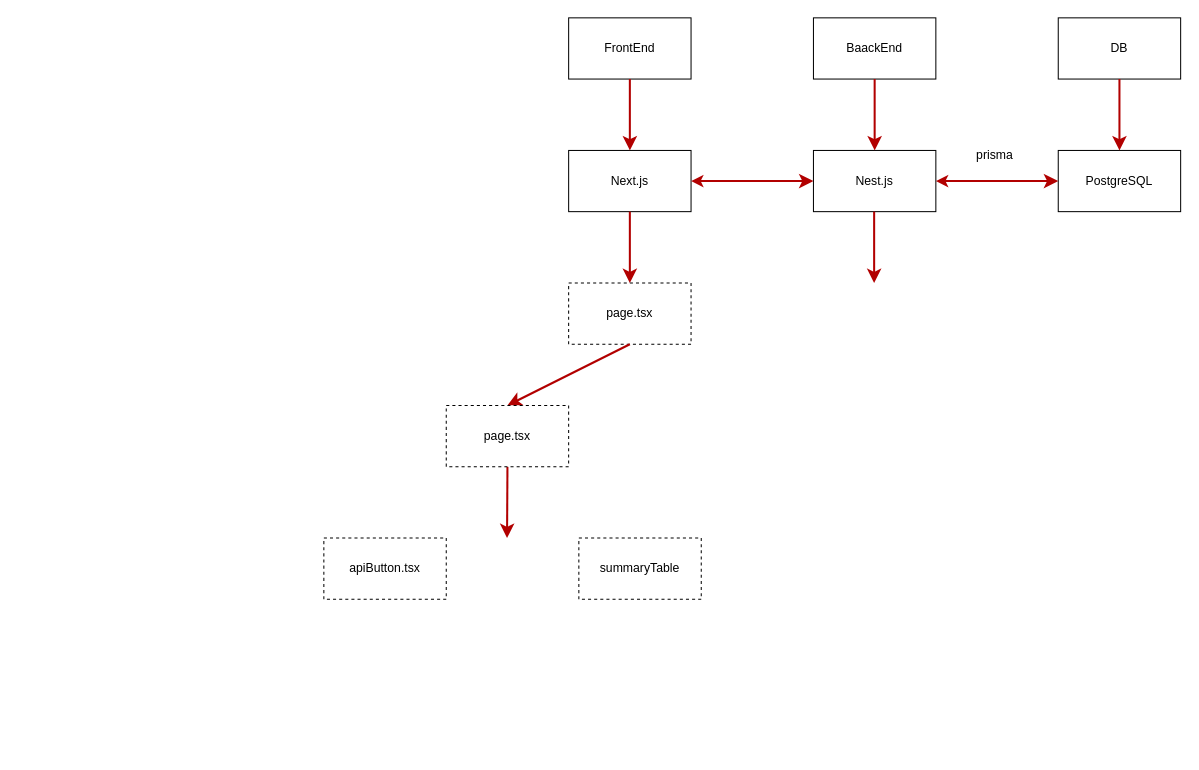
Before: components.drawio in hyk4869/fullstack-kakeibo, a draw.io diagram. Source tidied: cells renumbered, new cells numbered last; positions are measured from the earlier drawing's top-left corner, leaving out a move shared by most shapes. Both pictures are drawn from the tidied source at 102%, with x=0, y=0 at pixel (323, 17).
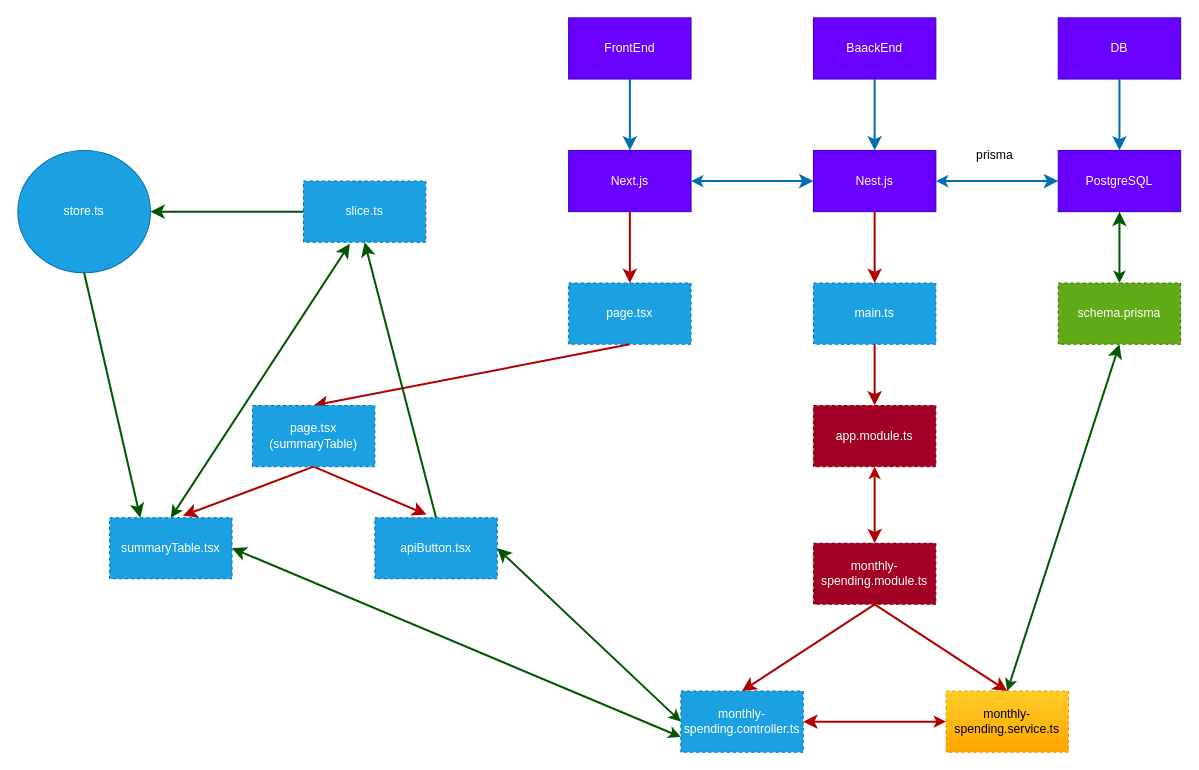
After the change.

Commit message:
コンポーネント図

Diff of the diagram source:
```diff
@@
-    <mxCell id="2" value="FrontEnd" style="whiteSpace=wrap;html=1;" parent="1" vertex="1">
+    <mxCell id="2" value="FrontEnd" style="whiteSpace=wrap;html=1;fillColor=#6a00ff;fontColor=#ffffff;strokeColor=#3700CC;" parent="1" vertex="1">
       <mxGeometry x="240" width="120" height="60" as="geometry" />
     </mxCell>
-    <mxCell id="3" value="BaackEnd" style="whiteSpace=wrap;html=1;" parent="1" vertex="1">
+    <mxCell id="3" value="BaackEnd" style="whiteSpace=wrap;html=1;fillColor=#6a00ff;fontColor=#ffffff;strokeColor=#3700CC;" parent="1" vertex="1">
       <mxGeometry x="480" width="120" height="60" as="geometry" />
     </mxCell>
-    <mxCell id="4" value="PostgreSQL" style="whiteSpace=wrap;html=1;" parent="1" vertex="1">
+    <mxCell id="4" value="PostgreSQL" style="whiteSpace=wrap;html=1;fillColor=#6a00ff;fontColor=#ffffff;strokeColor=#3700CC;" parent="1" vertex="1">
       <mxGeometry x="720" y="130" width="120" height="60" as="geometry" />
     </mxCell>
-    <mxCell id="5" value="Next.js" style="whiteSpace=wrap;html=1;" parent="1" vertex="1">
+    <mxCell id="5" value="Next.js" style="whiteSpace=wrap;html=1;fillColor=#6a00ff;fontColor=#ffffff;strokeColor=#3700CC;" parent="1" vertex="1">
       <mxGeometry x="240" y="130" width="120" height="60" as="geometry" />
     </mxCell>
-    <mxCell id="6" value="Nest.js" style="whiteSpace=wrap;html=1;" parent="1" vertex="1">
+    <mxCell id="6" value="Nest.js" style="whiteSpace=wrap;html=1;fillColor=#6a00ff;fontColor=#ffffff;strokeColor=#3700CC;" parent="1" vertex="1">
       <mxGeometry x="480" y="130" width="120" height="60" as="geometry" />
     </mxCell>
-    <mxCell id="7" style="edgeStyle=none;jettySize=auto;html=1;fillColor=#e51400;strokeColor=#B20000;endSize=8;strokeWidth=2;entryX=0.5;entryY=0;entryDx=0;entryDy=0;exitX=0.5;exitY=1;exitDx=0;exitDy=0;" parent="1" edge="1" source="2" target="5">
+    <mxCell id="7" style="edgeStyle=none;jettySize=auto;html=1;fillColor=#1ba1e2;strokeColor=#006EAF;endSize=8;strokeWidth=2;entryX=0.5;entryY=0;entryDx=0;entryDy=0;exitX=0.5;exitY=1;exitDx=0;exitDy=0;" parent="1" edge="1" source="2" target="5">
       <mxGeometry relative="1" as="geometry" />
     </mxCell>
-    <mxCell id="8" style="edgeStyle=none;jettySize=auto;html=1;fillColor=#e51400;strokeColor=#B20000;endSize=8;strokeWidth=2;entryX=0.5;entryY=0;entryDx=0;entryDy=0;exitX=0.5;exitY=1;exitDx=0;exitDy=0;" parent="1" edge="1" source="3" target="6">
+    <mxCell id="8" style="edgeStyle=none;jettySize=auto;html=1;fillColor=#1ba1e2;strokeColor=#006EAF;endSize=8;strokeWidth=2;entryX=0.5;entryY=0;entryDx=0;entryDy=0;exitX=0.5;exitY=1;exitDx=0;exitDy=0;" parent="1" edge="1" source="3" target="6">
       <mxGeometry relative="1" as="geometry" />
     </mxCell>
-    <mxCell id="9" style="edgeStyle=none;jettySize=auto;html=1;fillColor=#e51400;strokeColor=#B20000;endSize=8;strokeWidth=2;startArrow=classic;startFill=1;entryX=0;entryY=0.5;entryDx=0;entryDy=0;exitX=1;exitY=0.5;exitDx=0;exitDy=0;" parent="1" edge="1" source="5" target="6">
+    <mxCell id="9" style="edgeStyle=none;jettySize=auto;html=1;fillColor=#1ba1e2;strokeColor=#006EAF;endSize=8;strokeWidth=2;startArrow=classic;startFill=1;entryX=0;entryY=0.5;entryDx=0;entryDy=0;exitX=1;exitY=0.5;exitDx=0;exitDy=0;" parent="1" edge="1" source="5" target="6">
       <mxGeometry relative="1" as="geometry" />
     </mxCell>
-    <mxCell id="10" style="edgeStyle=none;jettySize=auto;html=1;fillColor=#e51400;strokeColor=#B20000;endSize=8;strokeWidth=2;startArrow=classic;startFill=1;entryX=0;entryY=0.5;entryDx=0;entryDy=0;exitX=1;exitY=0.5;exitDx=0;exitDy=0;" parent="1" edge="1" source="6" target="4">
+    <mxCell id="10" style="edgeStyle=none;jettySize=auto;html=1;fillColor=#1ba1e2;strokeColor=#006EAF;endSize=8;strokeWidth=2;startArrow=classic;startFill=1;entryX=0;entryY=0.5;entryDx=0;entryDy=0;exitX=1;exitY=0.5;exitDx=0;exitDy=0;" parent="1" edge="1" source="6" target="4">
       <mxGeometry relative="1" as="geometry" />
     </mxCell>
-    <mxCell id="11" value="DB" style="whiteSpace=wrap;html=1;" parent="1" vertex="1">
+    <mxCell id="11" value="DB" style="whiteSpace=wrap;html=1;fillColor=#6a00ff;fontColor=#ffffff;strokeColor=#3700CC;" parent="1" vertex="1">
       <mxGeometry x="720" width="120" height="60" as="geometry" />
     </mxCell>
-    <mxCell id="12" style="edgeStyle=none;jettySize=auto;html=1;fillColor=#e51400;strokeColor=#B20000;endSize=8;strokeWidth=2;entryX=0.5;entryY=0;entryDx=0;entryDy=0;exitX=0.5;exitY=1;exitDx=0;exitDy=0;" parent="1" edge="1" source="11" target="4">
+    <mxCell id="12" style="edgeStyle=none;jettySize=auto;html=1;fillColor=#1ba1e2;strokeColor=#006EAF;endSize=8;strokeWidth=2;entryX=0.5;entryY=0;entryDx=0;entryDy=0;exitX=0.5;exitY=1;exitDx=0;exitDy=0;" parent="1" edge="1" source="11" target="4">
       <mxGeometry relative="1" as="geometry" />
     </mxCell>
@@
-    <mxCell id="14" style="edgeStyle=none;orthogonalLoop=1;jettySize=auto;html=1;fillColor=#e51400;strokeColor=#B20000;endSize=8;strokeWidth=2;" parent="1" edge="1">
-      <mxGeometry relative="1" as="geometry">
-        <mxPoint x="539.5" y="190" as="sourcePoint" />
-        <mxPoint x="539.5" y="260" as="targetPoint" />
-      </mxGeometry>
+    <mxCell id="14" style="edgeStyle=none;jettySize=auto;html=1;fillColor=#e51400;strokeColor=#B20000;endSize=8;strokeWidth=2;exitX=0.5;exitY=1;exitDx=0;exitDy=0;entryX=0.5;entryY=0;entryDx=0;entryDy=0;" parent="1" edge="1" source="6" target="23">
+      <mxGeometry relative="1" as="geometry" />
     </mxCell>
-    <mxCell id="15" value="page.tsx" style="whiteSpace=wrap;html=1;dashed=1;" parent="1" vertex="1">
+    <mxCell id="15" value="page.tsx" style="whiteSpace=wrap;html=1;dashed=1;fillColor=#1ba1e2;fontColor=#ffffff;strokeColor=#006EAF;" parent="1" vertex="1">
       <mxGeometry x="240" y="260" width="120" height="60" as="geometry" />
     </mxCell>
@@
-    <mxCell id="17" value="apiButton.tsx" style="whiteSpace=wrap;html=1;dashed=1;" parent="1" vertex="1">
-      <mxGeometry y="510" width="120" height="60" as="geometry" />
+    <mxCell id="17" value="apiButton.tsx" style="whiteSpace=wrap;html=1;dashed=1;fillColor=#1ba1e2;fontColor=#ffffff;strokeColor=#006EAF;" parent="1" vertex="1">
+      <mxGeometry x="50" y="490" width="120" height="60" as="geometry" />
     </mxCell>
@@
-    <mxCell id="19" style="edgeStyle=none;jettySize=auto;html=1;fillColor=#e51400;strokeColor=#B20000;endSize=8;strokeWidth=2;exitX=0.5;exitY=1;exitDx=0;exitDy=0;" parent="1" edge="1" source="21">
-      <mxGeometry relative="1" as="geometry">
-        <mxPoint x="179.6" y="510" as="targetPoint" />
-      </mxGeometry>
+    <mxCell id="19" style="edgeStyle=none;jettySize=auto;html=1;fillColor=#e51400;strokeColor=#B20000;endSize=8;strokeWidth=2;exitX=0.5;exitY=1;exitDx=0;exitDy=0;entryX=0.422;entryY=-0.05;entryDx=0;entryDy=0;entryPerimeter=0;" parent="1" edge="1" source="21" target="17">
+      <mxGeometry relative="1" as="geometry" />
     </mxCell>
-    <mxCell id="20" value="summaryTable" style="whiteSpace=wrap;html=1;dashed=1;" parent="1" vertex="1">
-      <mxGeometry x="250" y="510" width="120" height="60" as="geometry" />
+    <mxCell id="20" value="summaryTable.tsx" style="whiteSpace=wrap;html=1;dashed=1;fillColor=#1ba1e2;fontColor=#ffffff;strokeColor=#006EAF;" parent="1" vertex="1">
+      <mxGeometry x="-210" y="490" width="120" height="60" as="geometry" />
     </mxCell>
-    <mxCell id="21" value="page.tsx" style="whiteSpace=wrap;html=1;dashed=1;" parent="1" vertex="1">
-      <mxGeometry x="120" y="380" width="120" height="60" as="geometry" />
+    <mxCell id="21" value="page.tsx&lt;br&gt;(summaryTable)" style="whiteSpace=wrap;html=1;dashed=1;fillColor=#1ba1e2;fontColor=#ffffff;strokeColor=#006EAF;" parent="1" vertex="1">
+      <mxGeometry x="-70" y="380" width="120" height="60" as="geometry" />
     </mxCell>
+    <mxCell id="22" style="edgeStyle=none;jettySize=auto;html=1;fillColor=#e51400;strokeColor=#B20000;endSize=8;strokeWidth=2;exitX=0.5;exitY=1;exitDx=0;exitDy=0;entryX=0.599;entryY=-0.03;entryDx=0;entryDy=0;entryPerimeter=0;" parent="1" edge="1" source="21" target="20">
+      <mxGeometry relative="1" as="geometry" />
+    </mxCell>
+    <mxCell id="23" value="main.ts" style="whiteSpace=wrap;html=1;dashed=1;fillColor=#1ba1e2;fontColor=#ffffff;strokeColor=#006EAF;" parent="1" vertex="1">
+      <mxGeometry x="480" y="260" width="120" height="60" as="geometry" />
+    </mxCell>
+    <mxCell id="24" style="edgeStyle=none;jettySize=auto;html=1;fillColor=#e51400;strokeColor=#B20000;endSize=8;strokeWidth=2;exitX=0.5;exitY=1;exitDx=0;exitDy=0;entryX=0.5;entryY=0;entryDx=0;entryDy=0;" parent="1" edge="1" source="23" target="25">
+      <mxGeometry relative="1" as="geometry" />
+    </mxCell>
+    <mxCell id="25" value="app.module.ts" style="whiteSpace=wrap;html=1;dashed=1;fillColor=#a20025;fontColor=#ffffff;strokeColor=#6F0000;" parent="1" vertex="1">
+      <mxGeometry x="480" y="380" width="120" height="60" as="geometry" />
+    </mxCell>
+    <mxCell id="26" value="monthly-spending.module.ts" style="whiteSpace=wrap;html=1;dashed=1;fillColor=#a20025;fontColor=#ffffff;strokeColor=#6F0000;" parent="1" vertex="1">
+      <mxGeometry x="480" y="515" width="120" height="60" as="geometry" />
+    </mxCell>
+    <mxCell id="27" style="edgeStyle=none;jettySize=auto;html=1;fillColor=#e51400;strokeColor=#B20000;endSize=8;strokeWidth=2;startArrow=classic;startFill=1;entryX=0.5;entryY=0;entryDx=0;entryDy=0;exitX=0.5;exitY=1;exitDx=0;exitDy=0;" parent="1" edge="1" source="25" target="26">
+      <mxGeometry relative="1" as="geometry" />
+    </mxCell>
+    <mxCell id="28" style="edgeStyle=none;jettySize=auto;html=1;fillColor=#008a00;strokeColor=#005700;endSize=8;strokeWidth=2;startArrow=classic;startFill=1;entryX=1;entryY=0.5;entryDx=0;entryDy=0;exitX=0;exitY=0.5;exitDx=0;exitDy=0;" parent="1" edge="1" source="29" target="17">
+      <mxGeometry relative="1" as="geometry" />
+    </mxCell>
+    <mxCell id="29" value="monthly-spending.controller.ts" style="whiteSpace=wrap;html=1;dashed=1;fillColor=#1ba1e2;fontColor=#ffffff;strokeColor=#006EAF;" parent="1" vertex="1">
+      <mxGeometry x="350" y="660" width="120" height="60" as="geometry" />
+    </mxCell>
+    <mxCell id="30" value="monthly-spending.service.ts" style="whiteSpace=wrap;html=1;dashed=1;fillColor=#ffcd28;strokeColor=#d79b00;gradientColor=#ffa500;" parent="1" vertex="1">
+      <mxGeometry x="610" y="660" width="120" height="60" as="geometry" />
+    </mxCell>
+    <mxCell id="31" style="edgeStyle=none;jettySize=auto;html=1;fillColor=#e51400;strokeColor=#B20000;endSize=8;strokeWidth=2;startArrow=classic;startFill=1;entryX=1;entryY=0.5;entryDx=0;entryDy=0;exitX=0;exitY=0.5;exitDx=0;exitDy=0;" parent="1" edge="1" source="30" target="29">
+      <mxGeometry relative="1" as="geometry" />
+    </mxCell>
+    <mxCell id="32" style="edgeStyle=none;jettySize=auto;html=1;fillColor=#e51400;strokeColor=#B20000;endSize=8;strokeWidth=2;exitX=0.5;exitY=1;exitDx=0;exitDy=0;entryX=0.5;entryY=0;entryDx=0;entryDy=0;" parent="1" edge="1" source="26" target="29">
+      <mxGeometry relative="1" as="geometry" />
+    </mxCell>
+    <mxCell id="33" style="edgeStyle=none;jettySize=auto;html=1;fillColor=#e51400;strokeColor=#B20000;endSize=8;strokeWidth=2;exitX=0.5;exitY=1;exitDx=0;exitDy=0;entryX=0.5;entryY=0;entryDx=0;entryDy=0;" parent="1" edge="1" source="26" target="30">
+      <mxGeometry relative="1" as="geometry" />
+    </mxCell>
+    <mxCell id="34" value="store.ts" style="ellipse;whiteSpace=wrap;html=1;fillColor=#1ba1e2;fontColor=#ffffff;strokeColor=#006EAF;" parent="1" vertex="1">
+      <mxGeometry x="-300" y="130" width="130" height="120" as="geometry" />
+    </mxCell>
+    <mxCell id="35" value="slice.ts" style="whiteSpace=wrap;html=1;dashed=1;fillColor=#1ba1e2;fontColor=#ffffff;strokeColor=#006EAF;" parent="1" vertex="1">
+      <mxGeometry x="-20" y="160" width="120" height="60" as="geometry" />
+    </mxCell>
+    <mxCell id="36" style="edgeStyle=none;jettySize=auto;html=1;fillColor=#008a00;strokeColor=#005700;endSize=8;strokeWidth=2;entryX=0.5;entryY=1;entryDx=0;entryDy=0;exitX=0.5;exitY=0;exitDx=0;exitDy=0;" parent="1" edge="1" source="17" target="35">
+      <mxGeometry relative="1" as="geometry" />
+    </mxCell>
+    <mxCell id="37" style="edgeStyle=none;jettySize=auto;html=1;fillColor=#008a00;strokeColor=#005700;endSize=8;strokeWidth=2;entryX=1;entryY=0.5;entryDx=0;entryDy=0;exitX=0;exitY=0.5;exitDx=0;exitDy=0;" parent="1" edge="1" source="35" target="34">
+      <mxGeometry relative="1" as="geometry" />
+    </mxCell>
+    <mxCell id="38" style="edgeStyle=none;jettySize=auto;html=1;fillColor=#008a00;strokeColor=#005700;endSize=8;strokeWidth=2;exitX=0.5;exitY=1;exitDx=0;exitDy=0;entryX=0.25;entryY=0;entryDx=0;entryDy=0;" parent="1" edge="1" source="34" target="20">
+      <mxGeometry relative="1" as="geometry" />
+    </mxCell>
+    <mxCell id="39" style="edgeStyle=none;jettySize=auto;html=1;fillColor=#008a00;strokeColor=#005700;endSize=8;strokeWidth=2;startArrow=classic;startFill=1;entryX=1;entryY=0.5;entryDx=0;entryDy=0;exitX=0;exitY=0.75;exitDx=0;exitDy=0;" parent="1" edge="1" source="29" target="20">
+      <mxGeometry relative="1" as="geometry" />
+    </mxCell>
+    <mxCell id="40" value="schema.prisma" style="whiteSpace=wrap;html=1;dashed=1;fillColor=#60a917;fontColor=#ffffff;strokeColor=#2D7600;" parent="1" vertex="1">
+      <mxGeometry x="720" y="260" width="120" height="60" as="geometry" />
+    </mxCell>
+    <mxCell id="41" style="edgeStyle=none;jettySize=auto;html=1;fillColor=#008a00;strokeColor=#005700;endSize=8;strokeWidth=2;startArrow=classic;startFill=1;entryX=0.5;entryY=1;entryDx=0;entryDy=0;exitX=0.5;exitY=0;exitDx=0;exitDy=0;" parent="1" edge="1" source="30" target="40">
+      <mxGeometry relative="1" as="geometry" />
+    </mxCell>
+    <mxCell id="42" style="edgeStyle=none;jettySize=auto;html=1;fillColor=#008a00;strokeColor=#005700;endSize=8;strokeWidth=2;startArrow=classic;startFill=1;exitX=0.5;exitY=0;exitDx=0;exitDy=0;entryX=0.5;entryY=1;entryDx=0;entryDy=0;" parent="1" edge="1" source="40" target="4">
+      <mxGeometry relative="1" as="geometry" />
+    </mxCell>
+    <mxCell id="43" style="edgeStyle=none;jettySize=auto;html=1;fillColor=#008a00;strokeColor=#005700;endSize=8;strokeWidth=2;startArrow=classic;startFill=1;entryX=0.379;entryY=1.024;entryDx=0;entryDy=0;exitX=0.5;exitY=0;exitDx=0;exitDy=0;entryPerimeter=0;" parent="1" edge="1" source="20" target="35">
+      <mxGeometry relative="1" as="geometry" />
+    </mxCell>
```
